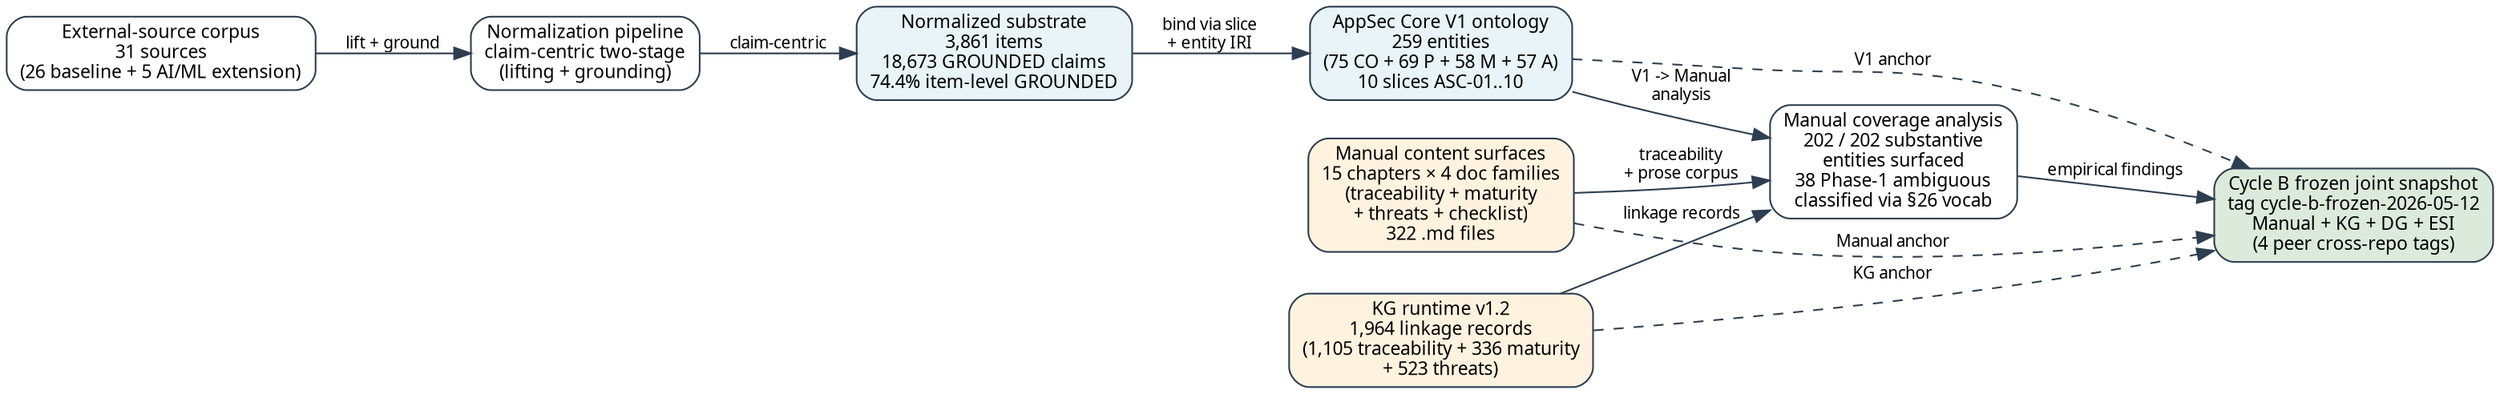
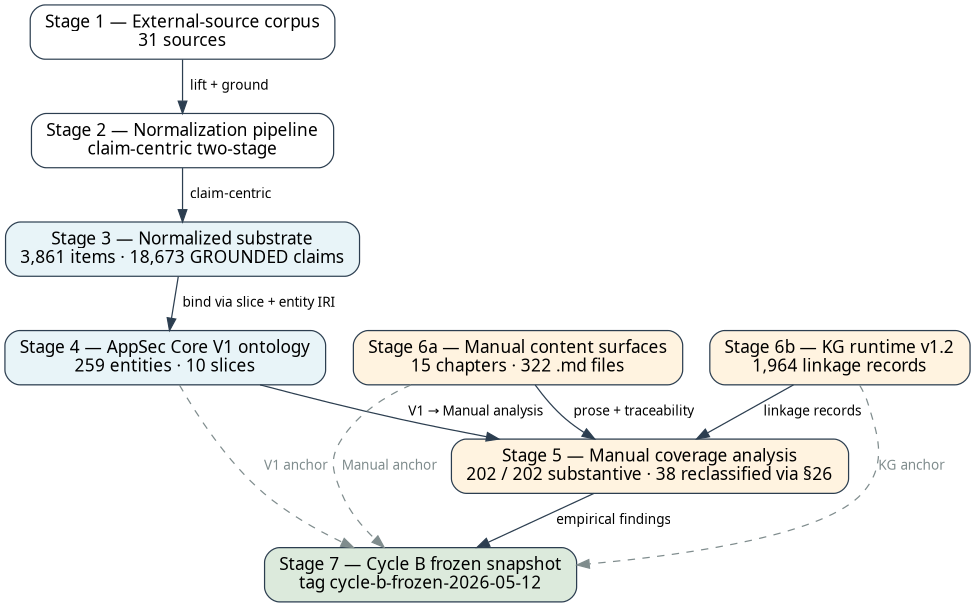
// Figure 1 — Pipeline Primitive Architecture
// Source: P8 manuscript §3
- // Anchor: Cartographer P8 Phase 2 packet 2026-05-13, .dot draft adopted with palette adjustment
// Render: dot -Tsvg figure-1-pipeline-architecture.dot -o figure-1-pipeline-architecture.svg
//         dot -Tpdf figure-1-pipeline-architecture.dot -o figure-1-pipeline-architecture.pdf
- // Layout: left-to-right pipeline flow, vertical stack within each stage
+ // Layout: top-to-bottom pipeline flow with feeder branch and closure anchors.
+ //   Re-authored 2026-05-16 for legibility: TB rankdir, fontsize +3pt,
+ //   simplified labels (long parentheticals moved to caption), cleaner closure
+ //   anchor cluster.

digraph p8_pipeline_architecture {
-   rankdir=LR;
+   rankdir=TB;
  fontname="STIX Two Text";
  bgcolor="white";
-   node [shape=box, style="rounded,filled", fontname="STIX Two Text", color="#2c3e50", fillcolor="white", fontsize=11];
-   edge [fontname="STIX Two Text", color="#2c3e50", fontsize=10];
+   // Constrain layout to roughly letter-textwidth aspect so the figure does
+   // not shrink dramatically when embedded at width=\linewidth.
+   size="6.5,7.0!";
+   ratio=compress;
+   nodesep=0.30;
+   ranksep=0.45;
+   splines=true;
+   node [shape=box, style="rounded,filled", fontname="STIX Two Text", color="#2c3e50", fillcolor="white", fontsize=14, margin="0.16,0.10"];
+   edge [fontname="STIX Two Text", color="#2c3e50", fontsize=11];

-   // Stage 1: External-source ingest
-   ES [label="External-source corpus\n31 sources\n(26 baseline + 5 AI/ML extension)"];
+   // Main pipeline stages (vertical spine)
+   ES   [label="Stage 1 — External-source corpus\n31 sources"];
+   P7   [label="Stage 2 — Normalization pipeline\nclaim-centric two-stage"];
+   SUB  [label="Stage 3 — Normalized substrate\n3,861 items · 18,673 GROUNDED claims", fillcolor="#e8f4f8"];
+   V1   [label="Stage 4 — AppSec Core V1 ontology\n259 entities · 10 slices", fillcolor="#e8f4f8"];
+   COV  [label="Stage 5 — Manual coverage analysis\n202 / 202 substantive · 38 reclassified via §26", fillcolor="#fff3e0"];
+   FROZ [label="Stage 7 — Cycle B frozen snapshot\ntag cycle-b-frozen-2026-05-12", fillcolor="#dceadc"];

-   // Stage 2: Normalization pipeline
-   P7 [label="Normalization pipeline\nclaim-centric two-stage\n(lifting + grounding)"];
+   // Stage 6 feeders (stacked vertically alongside V1 → COV portion of the spine)
+   MAN  [label="Stage 6a — Manual content surfaces\n15 chapters · 322 .md files", fillcolor="#fff3e0"];
+   KG   [label="Stage 6b — KG runtime v1.2\n1,964 linkage records", fillcolor="#fff3e0"];

-   // Stage 3: Normalized substrate
-   SUB [label="Normalized substrate\n3,861 items\n18,673 GROUNDED claims\n74.4% item-level GROUNDED", fillcolor="#e8f4f8"];
+   // Main flow (solid edges, vertical spine)
+   ES   -> P7   [label="  lift + ground"];
+   P7   -> SUB  [label="  claim-centric"];
+   SUB  -> V1   [label="  bind via slice + entity IRI"];
+   V1   -> COV  [label="  V1 → Manual analysis"];
+   COV  -> FROZ [label="  empirical findings"];

-   // Stage 4: V1 ontology binding
-   V1 [label="AppSec Core V1 ontology\n259 entities\n(75 CO + 69 P + 58 M + 57 A)\n10 slices ASC-01..10", fillcolor="#e8f4f8"];
+   // Stage 6 feeders into COV
+   MAN  -> COV  [label="  prose + traceability"];
+   KG   -> COV  [label="  linkage records"];

-   // Stage 5: Manual coverage analysis
-   COV [label="Manual coverage analysis\n202 / 202 substantive\nentities surfaced\n38 Phase-1 ambiguous\nclassified via §26 vocab"];
+   // Stack MAN above KG to the right of the spine, both feeding into COV.
+   // Place MAN at the same rank as V1, KG one rank below.
+   { rank=same; V1; MAN; }

-   // Stage 6a: Manual content surfaces
-   MAN [label="Manual content surfaces\n15 chapters × 4 doc families\n(traceability + maturity\n+ threats + checklist)\n322 .md files", fillcolor="#fff3e0"];
- 
-   // Stage 6b: KG runtime
-   KG [label="KG runtime v1.2\n1,964 linkage records\n(1,105 traceability + 336 maturity\n+ 523 threats)", fillcolor="#fff3e0"];
- 
-   // Stage 7: Frozen joint snapshot
-   FROZ [label="Cycle B frozen joint snapshot\ntag cycle-b-frozen-2026-05-12\nManual + KG + DG + ESI\n(4 peer cross-repo tags)", fillcolor="#dceadc"];
- 
-   // Pipeline flow
-   ES -> P7 [label="lift + ground"];
-   P7 -> SUB [label="claim-centric"];
-   SUB -> V1 [label="bind via slice\n+ entity IRI"];
-   V1 -> COV [label="V1 -> Manual\nanalysis"];
-   MAN -> COV [label="traceability\n+ prose corpus"];
-   KG -> COV [label="linkage records"];
-   COV -> FROZ [label="empirical findings"];
- 
-   // Cross-repository ratification edges (dashed)
-   V1 -> FROZ [style=dashed, label="V1 anchor"];
-   MAN -> FROZ [style=dashed, label="Manual anchor"];
-   KG -> FROZ [style=dashed, label="KG anchor"];
+   // Cross-repository closure anchors (dashed edges into FROZ),
+   // de-emphasised in grey to keep visual weight on the main flow.
+   edge [style=dashed, color="#7f8c8d", fontcolor="#7f8c8d"];
+   V1  -> FROZ [label="V1 anchor"];
+   MAN -> FROZ [label="Manual anchor"];
+   KG  -> FROZ [label="KG anchor"];
}
